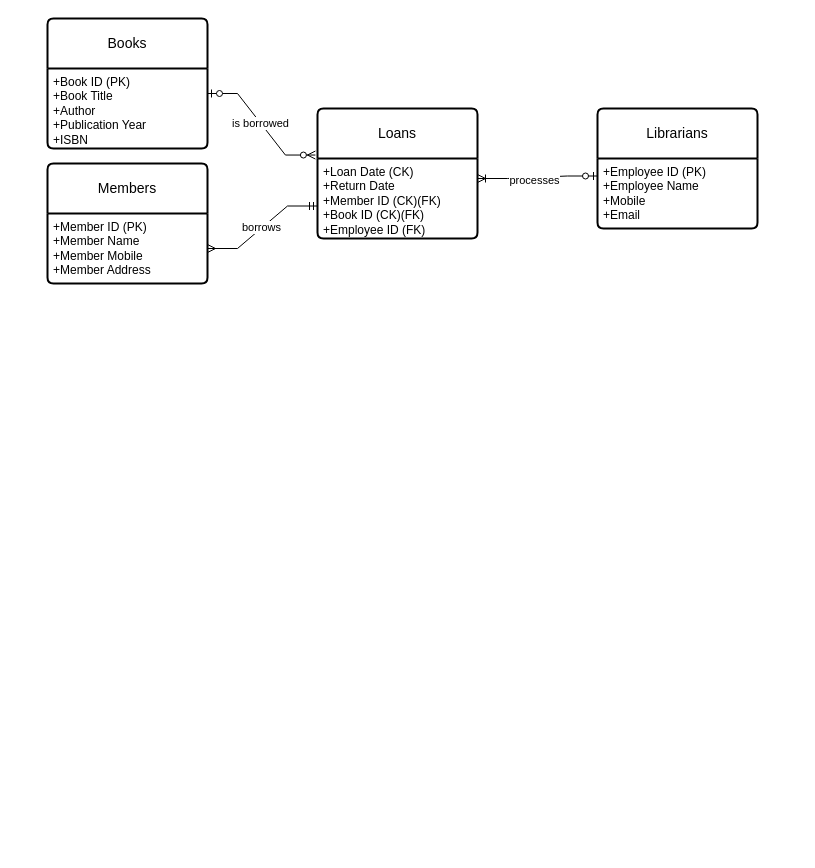
Before: Library.drawio in SofiaSs48/at1, a draw.io diagram. Source tidied: cells renumbered, new cells numbered last; positions are measured from the earlier drawing's top-left corner, leaving out a move shared by most shapes. Both pictures are drawn from the tidied source at 100%, with x=0, y=0 at pixel (47, 18).
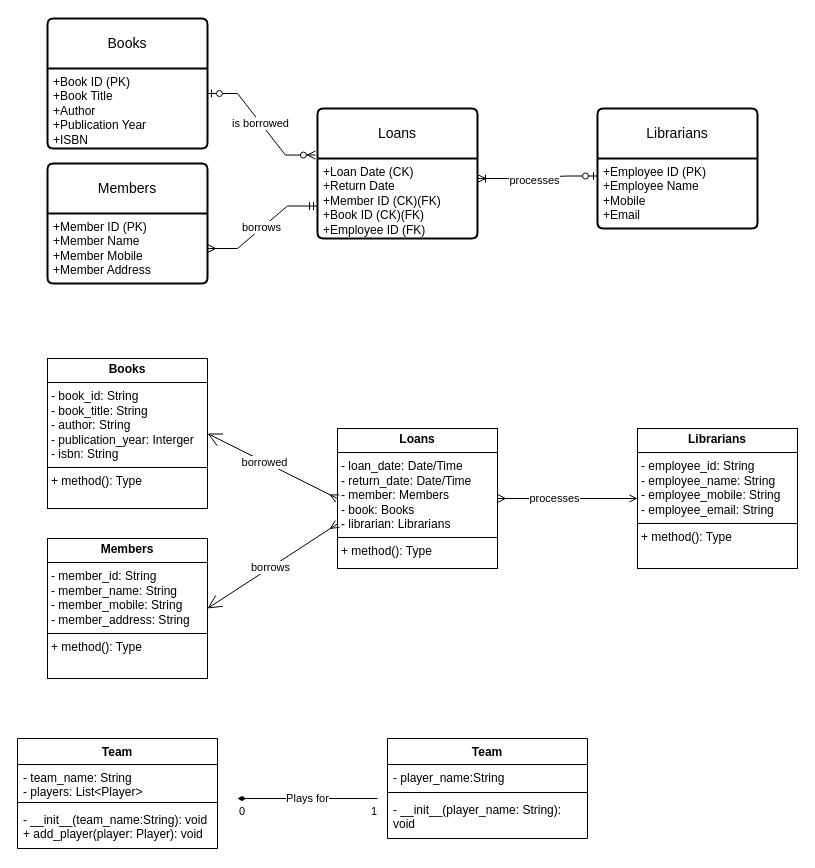
After the change.

Commit message:
Added two tables

The edit, as a diff of the source:
```diff
@@
+    <mxCell id="16" value="&lt;p style=&quot;margin:0px;margin-top:4px;text-align:center;&quot;&gt;&lt;b&gt;Librarians&lt;/b&gt;&lt;/p&gt;&lt;hr size=&quot;1&quot; style=&quot;border-style:solid;&quot;&gt;&lt;p style=&quot;margin:0px;margin-left:4px;&quot;&gt;- employee_id: String&lt;/p&gt;&lt;p style=&quot;margin:0px;margin-left:4px;&quot;&gt;- employee_name: String&lt;/p&gt;&lt;p style=&quot;margin:0px;margin-left:4px;&quot;&gt;- employee_mobile: String&lt;/p&gt;&lt;p style=&quot;margin:0px;margin-left:4px;&quot;&gt;- employee_email: String&lt;/p&gt;&lt;hr size=&quot;1&quot; style=&quot;border-style:solid;&quot;&gt;&lt;p style=&quot;margin:0px;margin-left:4px;&quot;&gt;+ method(): Type&lt;/p&gt;" style="verticalAlign=top;align=left;overflow=fill;html=1;whiteSpace=wrap;" parent="1" vertex="1">
+      <mxGeometry x="590" y="410" width="160" height="140" as="geometry" />
+    </mxCell>
+    <mxCell id="17" value="&lt;p style=&quot;margin:0px;margin-top:4px;text-align:center;&quot;&gt;&lt;b&gt;Members&lt;/b&gt;&lt;/p&gt;&lt;hr size=&quot;1&quot; style=&quot;border-style:solid;&quot;&gt;&lt;p style=&quot;margin:0px;margin-left:4px;&quot;&gt;- member_id: String&lt;/p&gt;&lt;p style=&quot;margin:0px;margin-left:4px;&quot;&gt;- member_name: String&lt;br&gt;&lt;/p&gt;&lt;p style=&quot;margin:0px;margin-left:4px;&quot;&gt;- member_mobile: String&lt;br&gt;&lt;/p&gt;&lt;p style=&quot;margin:0px;margin-left:4px;&quot;&gt;- member_address: String&lt;br&gt;&lt;/p&gt;&lt;hr size=&quot;1&quot; style=&quot;border-style:solid;&quot;&gt;&lt;p style=&quot;margin:0px;margin-left:4px;&quot;&gt;+ method(): Type&lt;/p&gt;" style="verticalAlign=top;align=left;overflow=fill;html=1;whiteSpace=wrap;" parent="1" vertex="1">
+      <mxGeometry y="520" width="160" height="140" as="geometry" />
+    </mxCell>
+    <mxCell id="18" value="&lt;p style=&quot;margin:0px;margin-top:4px;text-align:center;&quot;&gt;&lt;b&gt;Books&lt;/b&gt;&lt;/p&gt;&lt;hr size=&quot;1&quot; style=&quot;border-style:solid;&quot;&gt;&lt;p style=&quot;margin:0px;margin-left:4px;&quot;&gt;- book_id: String&lt;/p&gt;&lt;p style=&quot;margin:0px;margin-left:4px;&quot;&gt;- book_title: String&lt;/p&gt;&lt;p style=&quot;margin:0px;margin-left:4px;&quot;&gt;- author: String&lt;/p&gt;&lt;p style=&quot;margin:0px;margin-left:4px;&quot;&gt;- publication_year: Interger&lt;/p&gt;&lt;p style=&quot;margin:0px;margin-left:4px;&quot;&gt;- isbn: String&lt;/p&gt;&lt;hr size=&quot;1&quot; style=&quot;border-style:solid;&quot;&gt;&lt;p style=&quot;margin:0px;margin-left:4px;&quot;&gt;+ method(): Type&lt;/p&gt;" style="verticalAlign=top;align=left;overflow=fill;html=1;whiteSpace=wrap;" parent="1" vertex="1">
+      <mxGeometry y="340" width="160" height="150" as="geometry" />
+    </mxCell>
+    <mxCell id="19" value="&lt;p style=&quot;margin:0px;margin-top:4px;text-align:center;&quot;&gt;&lt;b&gt;Loans&lt;/b&gt;&lt;/p&gt;&lt;hr size=&quot;1&quot; style=&quot;border-style:solid;&quot;&gt;&lt;p style=&quot;margin:0px;margin-left:4px;&quot;&gt;- loan_date: Date/Time&lt;/p&gt;&lt;p style=&quot;margin:0px;margin-left:4px;&quot;&gt;- return_date: Date/Time&lt;/p&gt;&lt;p style=&quot;margin:0px;margin-left:4px;&quot;&gt;- member: Members&lt;/p&gt;&lt;p style=&quot;margin:0px;margin-left:4px;&quot;&gt;- book: Books&lt;/p&gt;&lt;p style=&quot;margin:0px;margin-left:4px;&quot;&gt;- librarian: Librarians&lt;/p&gt;&lt;hr size=&quot;1&quot; style=&quot;border-style:solid;&quot;&gt;&lt;p style=&quot;margin:0px;margin-left:4px;&quot;&gt;+ method(): Type&lt;/p&gt;" style="verticalAlign=top;align=left;overflow=fill;html=1;whiteSpace=wrap;" parent="1" vertex="1">
+      <mxGeometry x="290" y="410" width="160" height="140" as="geometry" />
+    </mxCell>
+    <mxCell id="20" style="endArrow=open;endFill=1;endSize=12;html=1;rounded=0;entryX=1;entryY=0.5;entryDx=0;entryDy=0;exitX=0;exitY=0.5;exitDx=0;exitDy=0;startArrow=ERmany;startFill=0;" parent="1" edge="1" source="19" target="18">
+      <mxGeometry relative="1" as="geometry" />
+    </mxCell>
+    <mxCell id="21" value="borrowed" style="edgeLabel;html=1;align=center;verticalAlign=middle;" parent="20" vertex="1">
+      <mxGeometry x="0.13" relative="1" as="geometry" />
+    </mxCell>
+    <mxCell id="22" style="endArrow=open;endFill=1;endSize=12;html=1;rounded=0;exitX=-0.001;exitY=0.682;exitDx=0;exitDy=0;exitPerimeter=0;entryX=1;entryY=0.5;entryDx=0;entryDy=0;startArrow=ERmany;startFill=0;" parent="1" edge="1" source="19" target="17">
+      <mxGeometry relative="1" as="geometry" />
+    </mxCell>
+    <mxCell id="23" value="borrows" style="edgeLabel;html=1;align=center;verticalAlign=middle;" parent="22" vertex="1">
+      <mxGeometry x="0.02" relative="1" as="geometry">
+        <mxPoint x="-1" as="offset" />
+      </mxGeometry>
+    </mxCell>
+    <mxCell id="24" style="endArrow=open;endFill=0;html=1;rounded=0;entryX=0;entryY=0.5;entryDx=0;entryDy=0;exitX=1;exitY=0.5;exitDx=0;exitDy=0;startArrow=ERmany;startFill=0;" parent="1" edge="1" source="19" target="16">
+      <mxGeometry relative="1" as="geometry" />
+    </mxCell>
+    <mxCell id="25" value="processes" style="edgeLabel;html=1;align=center;verticalAlign=middle;" parent="24" vertex="1">
+      <mxGeometry x="-0.2" y="1" relative="1" as="geometry" />
+    </mxCell>
+    <mxCell id="26" value="Team" style="swimlane;fontStyle=1;align=center;verticalAlign=top;horizontal=1;startSize=26;whiteSpace=wrap;html=1;" parent="1" vertex="1">
+      <mxGeometry x="-30" y="720" width="200" height="110" as="geometry" />
+    </mxCell>
+    <mxCell id="27" value="- team_name: String&lt;div&gt;- players: List&amp;lt;Player&amp;gt;&lt;/div&gt;" style="text;strokeColor=none;fillColor=none;align=left;verticalAlign=top;spacingLeft=4;spacingRight=4;overflow=hidden;whiteSpace=wrap;html=1;" parent="26" vertex="1">
+      <mxGeometry y="26" width="200" height="34" as="geometry" />
+    </mxCell>
+    <mxCell id="28" style="line;strokeWidth=1;fillColor=none;align=left;verticalAlign=middle;spacingTop=-1;spacingLeft=3;spacingRight=3;labelPosition=right;strokeColor=inherit;" parent="26" vertex="1">
+      <mxGeometry y="60" width="200" height="8" as="geometry" />
+    </mxCell>
+    <mxCell id="29" value="- __init__(team_name:String): void&lt;div&gt;+ add_player(player: Player): void&lt;/div&gt;" style="text;strokeColor=none;fillColor=none;align=left;verticalAlign=top;spacingLeft=4;spacingRight=4;overflow=hidden;whiteSpace=wrap;html=1;" parent="26" vertex="1">
+      <mxGeometry y="68" width="200" height="42" as="geometry" />
+    </mxCell>
+    <mxCell id="30" value="Team" style="swimlane;fontStyle=1;align=center;verticalAlign=top;horizontal=1;startSize=26;whiteSpace=wrap;html=1;" parent="1" vertex="1">
+      <mxGeometry x="340" y="720" width="200" height="100" as="geometry" />
+    </mxCell>
+    <mxCell id="31" value="- player_name:String" style="text;strokeColor=none;fillColor=none;align=left;verticalAlign=top;spacingLeft=4;spacingRight=4;overflow=hidden;whiteSpace=wrap;html=1;" parent="30" vertex="1">
+      <mxGeometry y="26" width="200" height="24" as="geometry" />
+    </mxCell>
+    <mxCell id="32" style="line;strokeWidth=1;fillColor=none;align=left;verticalAlign=middle;spacingTop=-1;spacingLeft=3;spacingRight=3;labelPosition=right;strokeColor=inherit;" parent="30" vertex="1">
+      <mxGeometry y="50" width="200" height="8" as="geometry" />
+    </mxCell>
+    <mxCell id="33" value="- __init__(player_name: String): void" style="text;strokeColor=none;fillColor=none;align=left;verticalAlign=top;spacingLeft=4;spacingRight=4;overflow=hidden;whiteSpace=wrap;html=1;" parent="30" vertex="1">
+      <mxGeometry y="58" width="200" height="42" as="geometry" />
+    </mxCell>
+    <mxCell id="34" value="Plays for" style="endArrow=none;html=1;startArrow=diamondThin;startFill=1;edgeStyle=orthogonalEdgeStyle;rounded=0;endFill=0;" parent="1" edge="1">
+      <mxGeometry relative="1" as="geometry">
+        <mxPoint x="190" y="780" as="sourcePoint" />
+        <mxPoint x="330" y="780" as="targetPoint" />
+      </mxGeometry>
+    </mxCell>
+    <mxCell id="35" value="0" style="edgeLabel;html=1;align=left;verticalAlign=top;" parent="34" vertex="1">
+      <mxGeometry x="-1" relative="1" as="geometry" />
+    </mxCell>
+    <mxCell id="36" value="1" style="edgeLabel;html=1;align=right;verticalAlign=top;" parent="34" vertex="1">
+      <mxGeometry x="1" relative="1" as="geometry" />
+    </mxCell>
```
